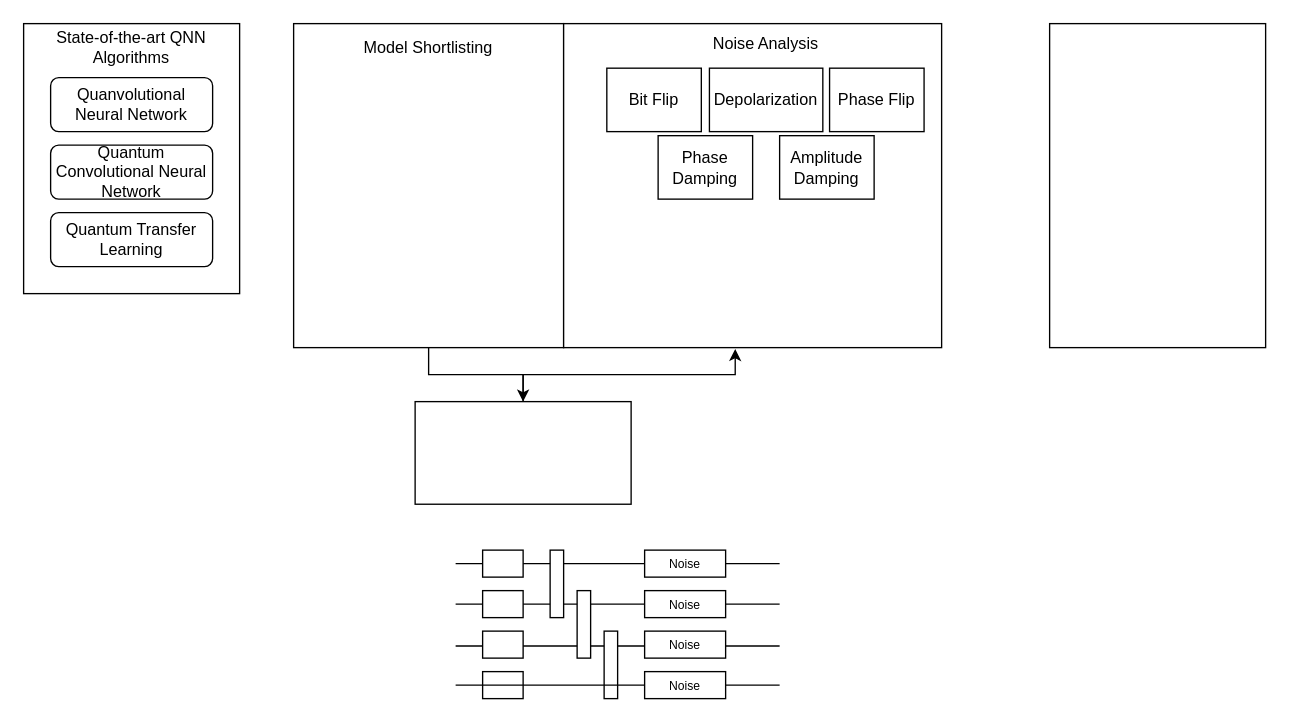
tasnimahmed11/drawio_stash keeps this draw.io diagram as page "QCE-Methodology" (1 of 6) of Capstone2.drawio. Above is the earlier version. Source tidied: cells renumbered, new cells numbered last; positions are measured from the earlier drawing's top-left corner, leaving out a move shared by most shapes. Both pictures are drawn from the tidied source at 135%, with x=0, y=0 at pixel (23, 23).
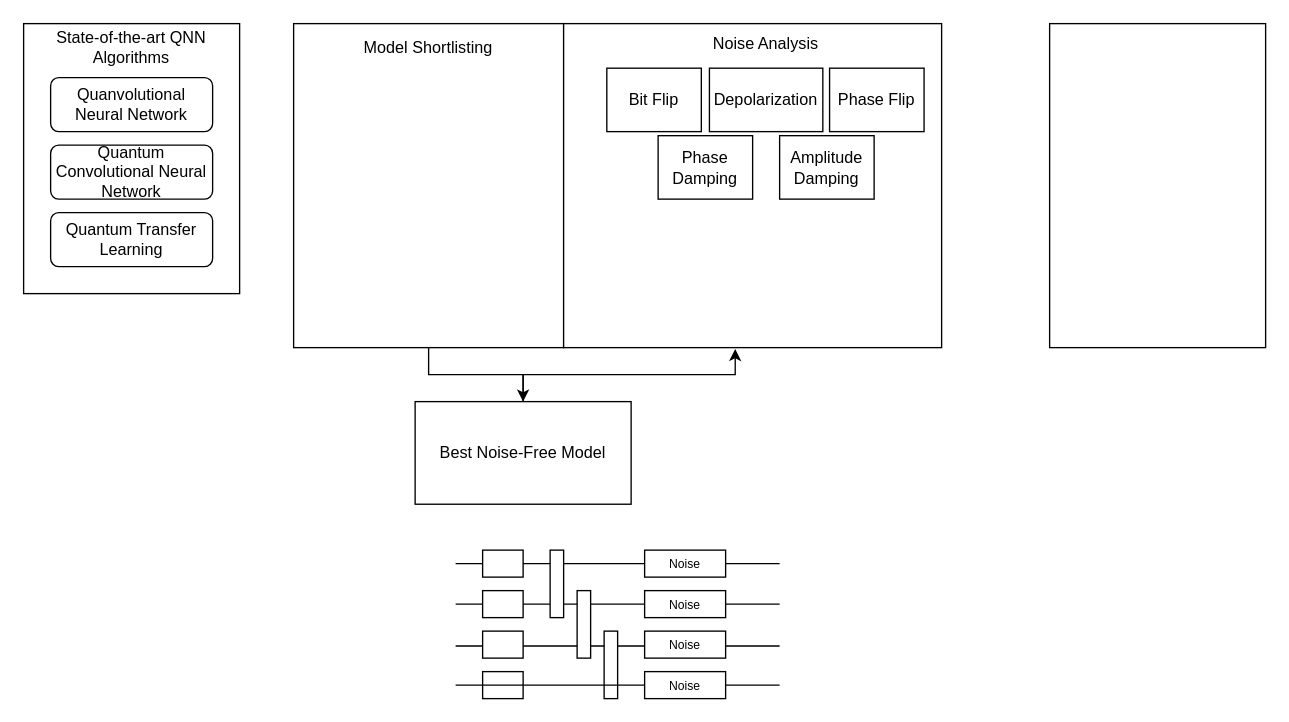
Above is the later version.

What changed in the source:
```diff
@@
-    <mxCell id="34" style="rounded=0;whiteSpace=wrap;html=1;" parent="1" vertex="1">
+    <mxCell id="34" value="Best Noise-Free Model" style="rounded=0;whiteSpace=wrap;html=1;" parent="1" vertex="1">
       <mxGeometry x="290" y="280" width="160" height="76" as="geometry" />
     </mxCell>
```
